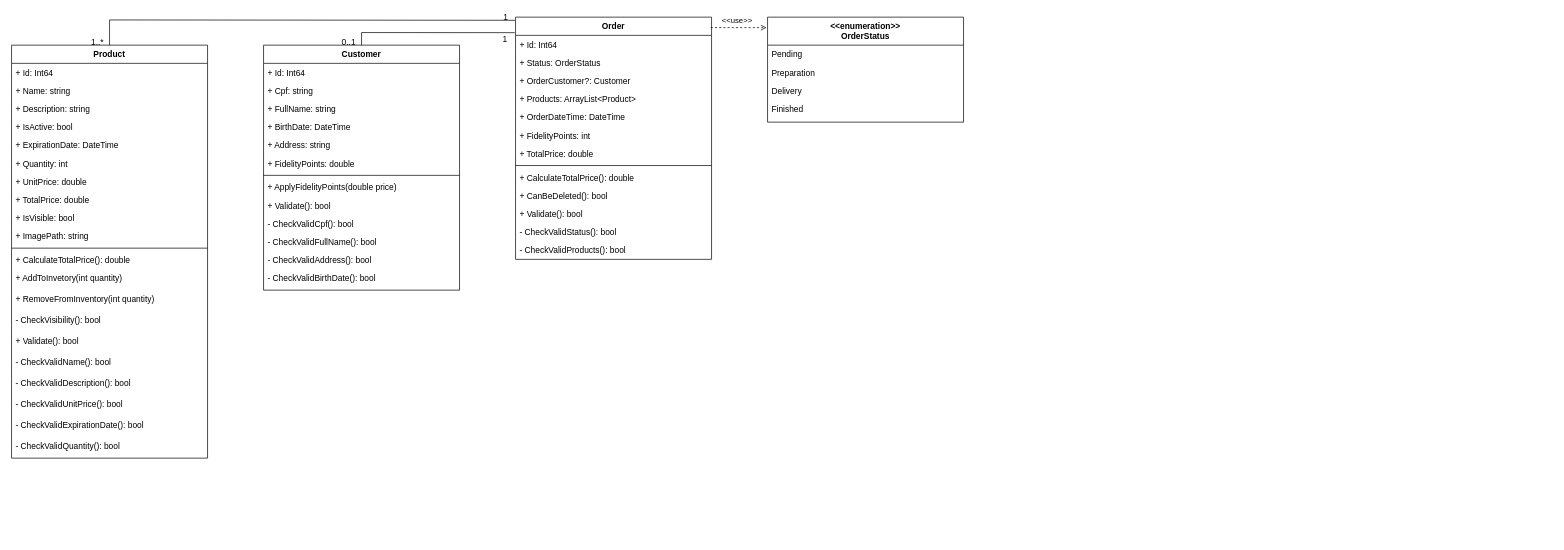
lauterjung/troptech keeps this draw.io diagram as Projeto_Final/TropPizza/documentation/diagrams/class_diagram.drawio. Above is the earlier version. Source tidied: cells renumbered, new cells numbered last; positions are measured from the earlier drawing's top-left corner, leaving out a move shared by most shapes. Both pictures are drawn from the tidied source at 70%, with x=0, y=0 at pixel (11, 17).
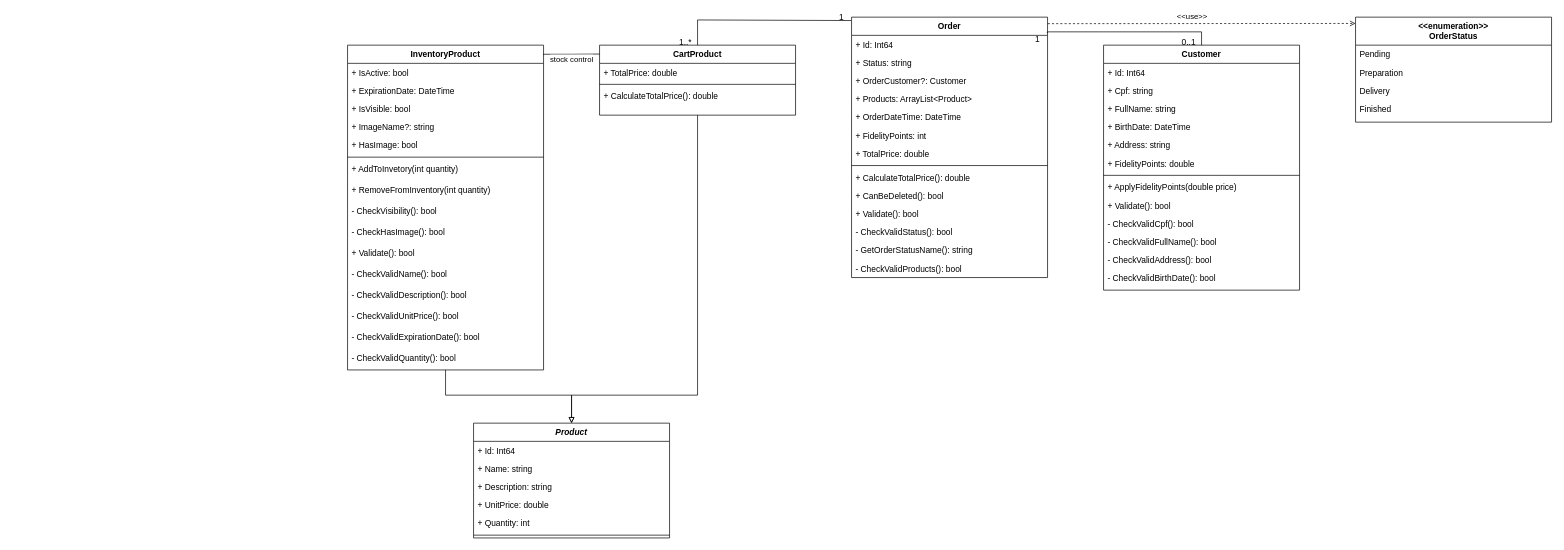
After the change.

What changed in the source:
```diff
@@
-    <mxCell id="2" value="Product" style="swimlane;fontStyle=1;align=center;verticalAlign=top;horizontal=1;startSize=26;rounded=0;shadow=0;strokeWidth=1;" parent="1" vertex="1">
-      <mxGeometry y="40" width="280" height="590" as="geometry" />
+    <mxCell id="2" value="CartProduct" style="swimlane;fontStyle=1;align=center;verticalAlign=top;horizontal=1;startSize=26;rounded=0;shadow=0;strokeWidth=1;" parent="1" vertex="1">
+      <mxGeometry x="840" y="40" width="280" height="100" as="geometry" />
     </mxCell>
-    <mxCell id="3" value="+ Id: Int64" style="text;align=left;verticalAlign=top;spacingLeft=4;spacingRight=4;overflow=hidden;" parent="2" vertex="1">
-      <mxGeometry y="26" width="280" height="26" as="geometry" />
-    </mxCell>
-    <mxCell id="4" value="+ Name: string" style="text;align=left;verticalAlign=top;spacingLeft=4;spacingRight=4;overflow=hidden;" parent="2" vertex="1">
-      <mxGeometry y="52" width="280" height="26" as="geometry" />
-    </mxCell>
-    <mxCell id="5" value="+ Description: string" style="text;align=left;verticalAlign=top;spacingLeft=4;spacingRight=4;overflow=hidden;" parent="2" vertex="1">
-      <mxGeometry y="78" width="280" height="26" as="geometry" />
-    </mxCell>
-    <mxCell id="6" value="+ IsActive: bool" style="text;align=left;verticalAlign=top;spacingLeft=4;spacingRight=4;overflow=hidden;" parent="2" vertex="1">
-      <mxGeometry y="104" width="280" height="26" as="geometry" />
-    </mxCell>
-    <mxCell id="7" value="+ ExpirationDate: DateTime" style="text;align=left;verticalAlign=top;spacingLeft=4;spacingRight=4;overflow=hidden;rounded=0;shadow=0;html=0;" parent="2" vertex="1">
-      <mxGeometry y="130" width="280" height="26" as="geometry" />
-    </mxCell>
-    <mxCell id="8" value="+ Quantity: int" style="text;align=left;verticalAlign=top;spacingLeft=4;spacingRight=4;overflow=hidden;rounded=0;shadow=0;html=0;" parent="2" vertex="1">
-      <mxGeometry y="156" width="280" height="26" as="geometry" />
-    </mxCell>
-    <mxCell id="9" value="+ UnitPrice: double" style="text;align=left;verticalAlign=top;spacingLeft=4;spacingRight=4;overflow=hidden;rounded=0;shadow=0;html=0;" parent="2" vertex="1">
-      <mxGeometry y="182" width="280" height="26" as="geometry" />
-    </mxCell>
     <mxCell id="10" value="+ TotalPrice: double" style="text;align=left;verticalAlign=top;spacingLeft=4;spacingRight=4;overflow=hidden;rounded=0;shadow=0;html=0;" parent="2" vertex="1">
-      <mxGeometry y="208" width="280" height="26" as="geometry" />
+      <mxGeometry y="26" width="280" height="26" as="geometry" />
     </mxCell>
-    <mxCell id="11" value="+ IsVisible: bool" style="text;align=left;verticalAlign=top;spacingLeft=4;spacingRight=4;overflow=hidden;" parent="2" vertex="1">
-      <mxGeometry y="234" width="280" height="26" as="geometry" />
-    </mxCell>
-    <mxCell id="12" value="+ ImagePath: string" style="text;align=left;verticalAlign=top;spacingLeft=4;spacingRight=4;overflow=hidden;" parent="2" vertex="1">
-      <mxGeometry y="260" width="280" height="26" as="geometry" />
-    </mxCell>
     <mxCell id="13" style="line;html=1;strokeWidth=1;align=left;verticalAlign=middle;spacingTop=-1;spacingLeft=3;spacingRight=3;labelPosition=right;" parent="2" vertex="1">
-      <mxGeometry y="286" width="280" height="8" as="geometry" />
+      <mxGeometry y="52" width="280" height="8" as="geometry" />
     </mxCell>
     <mxCell id="14" value="+ CalculateTotalPrice(): double" style="text;align=left;verticalAlign=top;spacingLeft=4;spacingRight=4;overflow=hidden;" parent="2" vertex="1">
-      <mxGeometry y="294" width="280" height="26" as="geometry" />
+      <mxGeometry y="60" width="280" height="26" as="geometry" />
     </mxCell>
-    <mxCell id="15" value="+ AddToInvetory(int quantity)" style="text;align=left;verticalAlign=top;spacingLeft=4;spacingRight=4;overflow=hidden;" parent="2" vertex="1">
-      <mxGeometry y="320" width="280" height="30" as="geometry" />
-    </mxCell>
-    <mxCell id="16" value="+ RemoveFromInventory(int quantity)" style="text;align=left;verticalAlign=top;spacingLeft=4;spacingRight=4;overflow=hidden;" parent="2" vertex="1">
-      <mxGeometry y="350" width="280" height="30" as="geometry" />
-    </mxCell>
-    <mxCell id="17" value="- CheckVisibility(): bool" style="text;align=left;verticalAlign=top;spacingLeft=4;spacingRight=4;overflow=hidden;" parent="2" vertex="1">
-      <mxGeometry y="380" width="280" height="30" as="geometry" />
-    </mxCell>
-    <mxCell id="18" value="+ Validate(): bool" style="text;align=left;verticalAlign=top;spacingLeft=4;spacingRight=4;overflow=hidden;" parent="2" vertex="1">
-      <mxGeometry y="410" width="280" height="30" as="geometry" />
-    </mxCell>
-    <mxCell id="19" value="- CheckValidName(): bool" style="text;align=left;verticalAlign=top;spacingLeft=4;spacingRight=4;overflow=hidden;" parent="2" vertex="1">
-      <mxGeometry y="440" width="280" height="30" as="geometry" />
-    </mxCell>
-    <mxCell id="20" value="- CheckValidDescription(): bool" style="text;align=left;verticalAlign=top;spacingLeft=4;spacingRight=4;overflow=hidden;" parent="2" vertex="1">
-      <mxGeometry y="470" width="280" height="30" as="geometry" />
-    </mxCell>
-    <mxCell id="21" value="- CheckValidUnitPrice(): bool" style="text;align=left;verticalAlign=top;spacingLeft=4;spacingRight=4;overflow=hidden;" parent="2" vertex="1">
-      <mxGeometry y="500" width="280" height="30" as="geometry" />
-    </mxCell>
-    <mxCell id="22" value="- CheckValidExpirationDate(): bool" style="text;align=left;verticalAlign=top;spacingLeft=4;spacingRight=4;overflow=hidden;" parent="2" vertex="1">
-      <mxGeometry y="530" width="280" height="30" as="geometry" />
-    </mxCell>
-    <mxCell id="23" value="- CheckValidQuantity(): bool" style="text;align=left;verticalAlign=top;spacingLeft=4;spacingRight=4;overflow=hidden;" parent="2" vertex="1">
-      <mxGeometry y="560" width="280" height="30" as="geometry" />
-    </mxCell>
     <mxCell id="24" value="Order" style="swimlane;fontStyle=1;align=center;verticalAlign=top;horizontal=1;startSize=26;rounded=0;shadow=0;strokeWidth=1;" parent="1" vertex="1">
-      <mxGeometry x="720" width="280" height="346" as="geometry" />
+      <mxGeometry x="1200" width="280" height="372" as="geometry" />
     </mxCell>
@@
-    <mxCell id="26" value="+ Status: OrderStatus" style="text;align=left;verticalAlign=top;spacingLeft=4;spacingRight=4;overflow=hidden;" parent="24" vertex="1">
+    <mxCell id="26" value="+ Status: string" style="text;align=left;verticalAlign=top;spacingLeft=4;spacingRight=4;overflow=hidden;" parent="24" vertex="1">
       <mxGeometry y="52" width="280" height="26" as="geometry" />
     </mxCell>
@@
+    <mxCell id="64" value="- GetOrderStatusName(): string" style="text;align=left;verticalAlign=top;spacingLeft=4;spacingRight=4;overflow=hidden;" parent="24" vertex="1">
+      <mxGeometry y="320" width="280" height="26" as="geometry" />
+    </mxCell>
     <mxCell id="37" value="- CheckValidProducts(): bool" style="text;align=left;verticalAlign=top;spacingLeft=4;spacingRight=4;overflow=hidden;" parent="24" vertex="1">
-      <mxGeometry y="320" width="280" height="26" as="geometry" />
+      <mxGeometry y="346" width="280" height="26" as="geometry" />
     </mxCell>
     <mxCell id="38" style="endArrow=none;shadow=0;strokeWidth=1;rounded=0;endFill=0;edgeStyle=elbowEdgeStyle;elbow=vertical;entryX=0.5;entryY=0;entryDx=0;entryDy=0;exitX=-0.002;exitY=0.013;exitDx=0;exitDy=0;exitPerimeter=0;" parent="1" edge="1" source="24" target="2">
       <mxGeometry x="0.5" y="41" relative="1" as="geometry">
         <Array as="points">
-          <mxPoint x="450" y="4" />
-          <mxPoint x="460" y="10" />
+          <mxPoint x="930" y="4" />
+          <mxPoint x="940" y="10" />
         </Array>
         <mxPoint x="-40" y="32" as="offset" />
       </mxGeometry>
     </mxCell>
@@
     <mxCell id="41" value="Customer" style="swimlane;fontStyle=1;align=center;verticalAlign=top;horizontal=1;startSize=26;rounded=0;shadow=0;strokeWidth=1;" parent="1" vertex="1">
-      <mxGeometry x="360" y="40" width="280" height="350" as="geometry" />
+      <mxGeometry x="1560" y="40" width="280" height="350" as="geometry" />
     </mxCell>
@@
-    <mxCell id="55" style="endArrow=none;shadow=0;strokeWidth=1;rounded=0;endFill=0;edgeStyle=elbowEdgeStyle;elbow=vertical;entryX=0.5;entryY=0;entryDx=0;entryDy=0;exitX=-0.004;exitY=0.064;exitDx=0;exitDy=0;exitPerimeter=0;" parent="1" edge="1" source="24" target="41">
+    <mxCell id="55" style="endArrow=none;shadow=0;strokeWidth=1;rounded=0;endFill=0;edgeStyle=elbowEdgeStyle;elbow=vertical;entryX=0.5;entryY=0;entryDx=0;entryDy=0;exitX=0.999;exitY=0.061;exitDx=0;exitDy=0;exitPerimeter=0;" parent="1" edge="1" source="24" target="41">
       <mxGeometry x="0.5" y="41" relative="1" as="geometry">
         <Array as="points">
-          <mxPoint x="600" y="22" />
+          <mxPoint x="1530" y="21" />
         </Array>
         <mxPoint x="-40" y="32" as="offset" />
       </mxGeometry>
     </mxCell>
@@
     <mxCell id="58" value="&lt;&lt;enumeration&gt;&gt;&#10;OrderStatus&#10;" style="swimlane;fontStyle=1;align=center;verticalAlign=top;horizontal=1;startSize=40;rounded=0;shadow=0;strokeWidth=1;" parent="1" vertex="1">
-      <mxGeometry x="1080" width="280" height="150" as="geometry" />
+      <mxGeometry x="1920" width="280" height="150" as="geometry" />
     </mxCell>
@@
-    <mxCell id="63" value="&lt;&lt;use&gt;&gt;" style="endArrow=open;shadow=0;strokeWidth=1;rounded=0;endFill=1;edgeStyle=elbowEdgeStyle;elbow=vertical;exitX=0.996;exitY=0.043;exitDx=0;exitDy=0;dashed=1;exitPerimeter=0;entryX=-0.005;entryY=0.102;entryDx=0;entryDy=0;entryPerimeter=0;" parent="1" edge="1" source="24" target="58">
+    <mxCell id="63" value="&lt;&lt;use&gt;&gt;" style="endArrow=open;shadow=0;strokeWidth=1;rounded=0;endFill=1;edgeStyle=elbowEdgeStyle;elbow=vertical;exitX=1.001;exitY=0.025;exitDx=0;exitDy=0;dashed=1;exitPerimeter=0;" parent="1" edge="1" source="24" target="58">
       <mxGeometry x="-0.06" y="10" relative="1" as="geometry">
         <Array as="points">
-          <mxPoint x="1100" y="15" />
+          <mxPoint x="1700" y="9" />
         </Array>
       </mxGeometry>
     </mxCell>
+    <mxCell id="65" value="InventoryProduct" style="swimlane;fontStyle=1;align=center;verticalAlign=top;horizontal=1;startSize=26;rounded=0;shadow=0;strokeWidth=1;" parent="1" vertex="1">
+      <mxGeometry x="480" y="40" width="280" height="464" as="geometry" />
+    </mxCell>
+    <mxCell id="6" value="+ IsActive: bool" style="text;align=left;verticalAlign=top;spacingLeft=4;spacingRight=4;overflow=hidden;" parent="65" vertex="1">
+      <mxGeometry y="26" width="280" height="26" as="geometry" />
+    </mxCell>
+    <mxCell id="7" value="+ ExpirationDate: DateTime" style="text;align=left;verticalAlign=top;spacingLeft=4;spacingRight=4;overflow=hidden;rounded=0;shadow=0;html=0;" parent="65" vertex="1">
+      <mxGeometry y="52" width="280" height="26" as="geometry" />
+    </mxCell>
+    <mxCell id="11" value="+ IsVisible: bool" style="text;align=left;verticalAlign=top;spacingLeft=4;spacingRight=4;overflow=hidden;" parent="65" vertex="1">
+      <mxGeometry y="78" width="280" height="26" as="geometry" />
+    </mxCell>
+    <mxCell id="66" value="+ ImageName?: string" style="text;align=left;verticalAlign=top;spacingLeft=4;spacingRight=4;overflow=hidden;" parent="65" vertex="1">
+      <mxGeometry y="104" width="280" height="26" as="geometry" />
+    </mxCell>
+    <mxCell id="67" value="+ HasImage: bool" style="text;align=left;verticalAlign=top;spacingLeft=4;spacingRight=4;overflow=hidden;" parent="65" vertex="1">
+      <mxGeometry y="130" width="280" height="26" as="geometry" />
+    </mxCell>
+    <mxCell id="68" style="line;html=1;strokeWidth=1;align=left;verticalAlign=middle;spacingTop=-1;spacingLeft=3;spacingRight=3;labelPosition=right;" parent="65" vertex="1">
+      <mxGeometry y="156" width="280" height="8" as="geometry" />
+    </mxCell>
+    <mxCell id="15" value="+ AddToInvetory(int quantity)" style="text;align=left;verticalAlign=top;spacingLeft=4;spacingRight=4;overflow=hidden;" parent="65" vertex="1">
+      <mxGeometry y="164" width="280" height="30" as="geometry" />
+    </mxCell>
+    <mxCell id="16" value="+ RemoveFromInventory(int quantity)" style="text;align=left;verticalAlign=top;spacingLeft=4;spacingRight=4;overflow=hidden;" parent="65" vertex="1">
+      <mxGeometry y="194" width="280" height="30" as="geometry" />
+    </mxCell>
+    <mxCell id="17" value="- CheckVisibility(): bool" style="text;align=left;verticalAlign=top;spacingLeft=4;spacingRight=4;overflow=hidden;" parent="65" vertex="1">
+      <mxGeometry y="224" width="280" height="30" as="geometry" />
+    </mxCell>
+    <mxCell id="69" value="- CheckHasImage(): bool" style="text;align=left;verticalAlign=top;spacingLeft=4;spacingRight=4;overflow=hidden;" parent="65" vertex="1">
+      <mxGeometry y="254" width="280" height="30" as="geometry" />
+    </mxCell>
+    <mxCell id="18" value="+ Validate(): bool" style="text;align=left;verticalAlign=top;spacingLeft=4;spacingRight=4;overflow=hidden;" parent="65" vertex="1">
+      <mxGeometry y="284" width="280" height="30" as="geometry" />
+    </mxCell>
+    <mxCell id="19" value="- CheckValidName(): bool" style="text;align=left;verticalAlign=top;spacingLeft=4;spacingRight=4;overflow=hidden;" parent="65" vertex="1">
+      <mxGeometry y="314" width="280" height="30" as="geometry" />
+    </mxCell>
+    <mxCell id="20" value="- CheckValidDescription(): bool" style="text;align=left;verticalAlign=top;spacingLeft=4;spacingRight=4;overflow=hidden;" parent="65" vertex="1">
+      <mxGeometry y="344" width="280" height="30" as="geometry" />
+    </mxCell>
+    <mxCell id="21" value="- CheckValidUnitPrice(): bool" style="text;align=left;verticalAlign=top;spacingLeft=4;spacingRight=4;overflow=hidden;" parent="65" vertex="1">
+      <mxGeometry y="374" width="280" height="30" as="geometry" />
+    </mxCell>
+    <mxCell id="22" value="- CheckValidExpirationDate(): bool" style="text;align=left;verticalAlign=top;spacingLeft=4;spacingRight=4;overflow=hidden;" parent="65" vertex="1">
+      <mxGeometry y="404" width="280" height="30" as="geometry" />
+    </mxCell>
+    <mxCell id="23" value="- CheckValidQuantity(): bool" style="text;align=left;verticalAlign=top;spacingLeft=4;spacingRight=4;overflow=hidden;" parent="65" vertex="1">
+      <mxGeometry y="434" width="280" height="30" as="geometry" />
+    </mxCell>
+    <mxCell id="70" style="edgeStyle=orthogonalEdgeStyle;rounded=0;jettySize=auto;html=1;endArrow=none;endFill=0;startArrow=block;startFill=0;entryX=0.5;entryY=1;entryDx=0;entryDy=0;" parent="1" edge="1" source="71" target="2">
+      <mxGeometry relative="1" as="geometry">
+        <Array as="points">
+          <mxPoint x="800" y="540" />
+          <mxPoint x="980" y="540" />
+        </Array>
+      </mxGeometry>
+    </mxCell>
+    <mxCell id="71" value="Product" style="swimlane;fontStyle=3;align=center;verticalAlign=top;horizontal=1;startSize=26;rounded=0;shadow=0;strokeWidth=1;" parent="1" vertex="1">
+      <mxGeometry x="660" y="580" width="280" height="164" as="geometry" />
+    </mxCell>
+    <mxCell id="3" value="+ Id: Int64" style="text;align=left;verticalAlign=top;spacingLeft=4;spacingRight=4;overflow=hidden;" parent="71" vertex="1">
+      <mxGeometry y="26" width="280" height="26" as="geometry" />
+    </mxCell>
+    <mxCell id="4" value="+ Name: string" style="text;align=left;verticalAlign=top;spacingLeft=4;spacingRight=4;overflow=hidden;" parent="71" vertex="1">
+      <mxGeometry y="52" width="280" height="26" as="geometry" />
+    </mxCell>
+    <mxCell id="5" value="+ Description: string" style="text;align=left;verticalAlign=top;spacingLeft=4;spacingRight=4;overflow=hidden;" parent="71" vertex="1">
+      <mxGeometry y="78" width="280" height="26" as="geometry" />
+    </mxCell>
+    <mxCell id="9" value="+ UnitPrice: double" style="text;align=left;verticalAlign=top;spacingLeft=4;spacingRight=4;overflow=hidden;rounded=0;shadow=0;html=0;" parent="71" vertex="1">
+      <mxGeometry y="104" width="280" height="26" as="geometry" />
+    </mxCell>
+    <mxCell id="8" value="+ Quantity: int" style="text;align=left;verticalAlign=top;spacingLeft=4;spacingRight=4;overflow=hidden;rounded=0;shadow=0;html=0;" parent="71" vertex="1">
+      <mxGeometry y="130" width="280" height="26" as="geometry" />
+    </mxCell>
+    <mxCell id="72" style="line;html=1;strokeWidth=1;align=left;verticalAlign=middle;spacingTop=-1;spacingLeft=3;spacingRight=3;labelPosition=right;" parent="71" vertex="1">
+      <mxGeometry y="156" width="280" height="8" as="geometry" />
+    </mxCell>
+    <mxCell id="73" style="edgeStyle=orthogonalEdgeStyle;rounded=0;jettySize=auto;html=1;exitX=0.5;exitY=0;exitDx=0;exitDy=0;endArrow=none;endFill=0;startArrow=block;startFill=0;entryX=0.5;entryY=1;entryDx=0;entryDy=0;" parent="1" edge="1" source="71" target="65">
+      <mxGeometry relative="1" as="geometry">
+        <Array as="points">
+          <mxPoint x="800" y="540" />
+          <mxPoint x="620" y="540" />
+        </Array>
+      </mxGeometry>
+    </mxCell>
+    <mxCell id="74" value="stock control" style="edgeStyle=orthogonalEdgeStyle;rounded=0;jettySize=auto;html=1;entryX=0.001;entryY=0.127;entryDx=0;entryDy=0;endArrow=none;endFill=0;entryPerimeter=0;" parent="1" edge="1" target="2">
+      <mxGeometry x="0.01" y="-7" relative="1" as="geometry">
+        <mxPoint x="760" y="54" as="sourcePoint" />
+        <Array as="points">
+          <mxPoint x="760" y="53" />
+          <mxPoint x="800" y="53" />
+        </Array>
+      </mxGeometry>
+    </mxCell>
```
